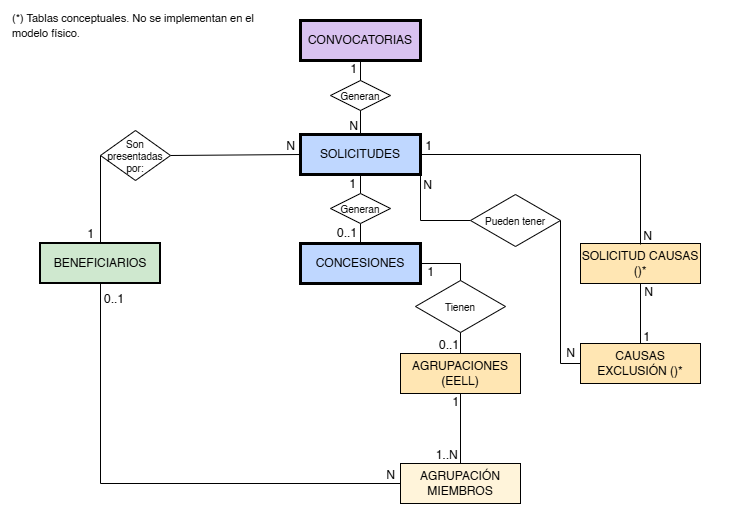
Above: docs/img/modelo-datos-er-v1.png in vcv-code/SubvDGDA (draw.io), before the change. Source tidied: cells renumbered, new cells last; positions are measured from the earlier drawing's top-left corner, leaving out a move shared by most shapes. Its diagram source:
```xml
<mxGraphModel background="#FFFFFF">
  <root>
    <mxCell id="0" />
    <mxCell id="1" parent="0" />
    <mxCell id="2" style="group;fontStyle=1;" parent="1" vertex="1">
      <mxGeometry width="750" height="520" as="geometry" />
    </mxCell>
    <mxCell id="3" style="rounded=0;whiteSpace=wrap;html=1;strokeColor=none;" parent="2" vertex="1">
      <mxGeometry width="750" height="520" as="geometry" />
    </mxCell>
    <mxCell id="4" value="CONVOCATORIAS" style="whiteSpace=wrap;html=1;align=center;fillColor=#D9C2F0;strokeColor=#000000;strokeWidth=3;" parent="2" vertex="1">
      <mxGeometry x="300" y="20" width="120" height="40" as="geometry" />
    </mxCell>
    <mxCell id="5" value="CONCESIONES" style="whiteSpace=wrap;html=1;align=center;fillColor=#BFD7FF;strokeColor=#000000;strokeWidth=3;" parent="2" vertex="1">
      <mxGeometry x="300" y="243" width="120" height="40" as="geometry" />
    </mxCell>
    <mxCell id="6" value="AGRUPACIONES (EELL)" style="whiteSpace=wrap;html=1;align=center;fillColor=#FFE6B3;strokeColor=#000000;" parent="2" vertex="1">
      <mxGeometry x="400" y="353" width="120" height="40" as="geometry" />
    </mxCell>
    <mxCell id="7" value="AGRUPACIÓN MIEMBROS" style="whiteSpace=wrap;html=1;align=center;fillColor=#FFF4DA;strokeColor=#000000;" parent="2" vertex="1">
      <mxGeometry x="400" y="463" width="120" height="40" as="geometry" />
    </mxCell>
    <mxCell id="8" value="1" style="html=1;whiteSpace=wrap;align=right;verticalAlign=bottom;" parent="2" vertex="1">
      <mxGeometry x="353" y="70" as="geometry">
        <mxPoint x="5" y="7" as="offset" />
      </mxGeometry>
    </mxCell>
    <mxCell id="9" style="endArrow=none;html=1;rounded=0;exitX=0.5;exitY=1;exitDx=0;exitDy=0;entryX=0.5;entryY=0;entryDx=0;entryDy=0;" parent="2" edge="1" source="25" target="26">
      <mxGeometry relative="1" as="geometry" />
    </mxCell>
    <mxCell id="10" style="html=1;whiteSpace=wrap;align=left;verticalAlign=bottom;" parent="9" vertex="1">
      <mxGeometry x="-1" relative="1" as="geometry" />
    </mxCell>
    <mxCell id="11" value="N" style="html=1;whiteSpace=wrap;align=right;verticalAlign=bottom;" parent="9" vertex="1">
      <mxGeometry x="1" relative="1" as="geometry">
        <mxPoint x="14" y="-43" as="offset" />
      </mxGeometry>
    </mxCell>
    <mxCell id="12" style="endArrow=none;html=1;rounded=0;exitX=1;exitY=0.5;exitDx=0;exitDy=0;entryX=0.5;entryY=0;entryDx=0;entryDy=0;" parent="2" edge="1" source="5" target="6">
      <mxGeometry relative="1" as="geometry">
        <Array as="points">
          <mxPoint x="460" y="263" />
        </Array>
      </mxGeometry>
    </mxCell>
    <mxCell id="13" value="0..1" style="html=1;whiteSpace=wrap;align=right;verticalAlign=bottom;" parent="12" vertex="1">
      <mxGeometry x="1" relative="1" as="geometry" />
    </mxCell>
    <mxCell id="14" style="endArrow=none;html=1;rounded=0;entryX=0.5;entryY=0;entryDx=0;entryDy=0;exitX=0.5;exitY=1;exitDx=0;exitDy=0;" parent="2" edge="1" source="6" target="7">
      <mxGeometry relative="1" as="geometry" />
    </mxCell>
    <mxCell id="15" value="1..N&amp;nbsp;" style="html=1;whiteSpace=wrap;align=right;verticalAlign=bottom;" parent="14" vertex="1">
      <mxGeometry x="1" relative="1" as="geometry">
        <mxPoint x="2" as="offset" />
      </mxGeometry>
    </mxCell>
    <mxCell id="16" value="1" style="html=1;whiteSpace=wrap;align=right;verticalAlign=bottom;" parent="2" vertex="1">
      <mxGeometry x="460" y="410" as="geometry" />
    </mxCell>
    <mxCell id="17" value="1" style="html=1;whiteSpace=wrap;align=right;verticalAlign=bottom;" parent="2" vertex="1">
      <mxGeometry x="430" y="273" as="geometry">
        <mxPoint x="5" y="7" as="offset" />
      </mxGeometry>
    </mxCell>
    <mxCell id="18" style="endArrow=none;html=1;rounded=0;entryX=0;entryY=0.5;entryDx=0;entryDy=0;exitX=0.5;exitY=1;exitDx=0;exitDy=0;" parent="2" edge="1" source="34" target="7">
      <mxGeometry relative="1" as="geometry">
        <Array as="points">
          <mxPoint x="100" y="483" />
        </Array>
      </mxGeometry>
    </mxCell>
    <mxCell id="19" value="N" style="html=1;whiteSpace=wrap;align=right;verticalAlign=bottom;" parent="18" vertex="1">
      <mxGeometry x="1" relative="1" as="geometry">
        <mxPoint x="-4" as="offset" />
      </mxGeometry>
    </mxCell>
    <mxCell id="20" value="0..1" style="html=1;whiteSpace=wrap;align=right;verticalAlign=bottom;" parent="2" vertex="1">
      <mxGeometry x="120" y="300" as="geometry">
        <mxPoint x="5" y="7" as="offset" />
      </mxGeometry>
    </mxCell>
    <mxCell id="21" style="endArrow=none;html=1;rounded=0;exitX=0;exitY=0.5;exitDx=0;exitDy=0;entryX=0.5;entryY=0;entryDx=0;entryDy=0;" parent="2" edge="1" source="46" target="34">
      <mxGeometry relative="1" as="geometry" />
    </mxCell>
    <mxCell id="22" value="SOLICITUDES" style="whiteSpace=wrap;html=1;align=center;fillColor=#BFD7FF;strokeColor=#000000;strokeWidth=3;" parent="2" vertex="1">
      <mxGeometry x="300" y="134" width="120" height="40" as="geometry" />
    </mxCell>
    <mxCell id="23" style="endArrow=none;html=1;rounded=0;entryX=0.5;entryY=0;entryDx=0;entryDy=0;exitX=0.5;exitY=1;exitDx=0;exitDy=0;" parent="2" edge="1" source="4" target="22">
      <mxGeometry relative="1" as="geometry" />
    </mxCell>
    <mxCell id="24" value="N" style="html=1;whiteSpace=wrap;align=right;verticalAlign=bottom;" parent="23" vertex="1">
      <mxGeometry x="1" relative="1" as="geometry">
        <mxPoint x="-1" as="offset" />
      </mxGeometry>
    </mxCell>
    <mxCell id="25" value="SOLICITUD CAUSAS ()*" style="whiteSpace=wrap;html=1;align=center;fillColor=#FFE6B3;strokeColor=#000000;" parent="2" vertex="1">
      <mxGeometry x="580" y="243" width="120" height="40" as="geometry" />
    </mxCell>
    <mxCell id="26" value="CAUSAS EXCLUSIÓN ()*" style="whiteSpace=wrap;html=1;align=center;fillColor=#FFE6B3;strokeColor=#000000;" parent="2" vertex="1">
      <mxGeometry x="580" y="343" width="120" height="40" as="geometry" />
    </mxCell>
    <mxCell id="27" value="1" style="html=1;whiteSpace=wrap;align=right;verticalAlign=bottom;" parent="2" vertex="1">
      <mxGeometry x="715" y="341" as="geometry">
        <mxPoint x="-64" y="4" as="offset" />
      </mxGeometry>
    </mxCell>
    <mxCell id="28" value="N" style="html=1;whiteSpace=wrap;align=right;verticalAlign=bottom;" parent="2" vertex="1">
      <mxGeometry x="685" y="289" as="geometry">
        <mxPoint x="-32" y="-45" as="offset" />
      </mxGeometry>
    </mxCell>
    <mxCell id="29" value="1" style="html=1;whiteSpace=wrap;align=right;verticalAlign=bottom;" parent="2" vertex="1">
      <mxGeometry x="26" y="177" as="geometry">
        <mxPoint x="69" y="65" as="offset" />
      </mxGeometry>
    </mxCell>
    <mxCell id="30" value="N" style="html=1;whiteSpace=wrap;align=right;verticalAlign=bottom;" parent="2" vertex="1">
      <mxGeometry x="296" y="154" as="geometry" />
    </mxCell>
    <mxCell id="31" value="0..1" style="html=1;whiteSpace=wrap;align=right;verticalAlign=bottom;" parent="2" vertex="1">
      <mxGeometry x="353" y="234" as="geometry">
        <mxPoint x="5" y="7" as="offset" />
      </mxGeometry>
    </mxCell>
    <mxCell id="32" value="1" style="html=1;whiteSpace=wrap;align=right;verticalAlign=bottom;" parent="2" vertex="1">
      <mxGeometry x="390" y="314" as="geometry">
        <mxPoint x="-33" y="-122" as="offset" />
      </mxGeometry>
    </mxCell>
    <mxCell id="33" style="endArrow=none;html=1;rounded=0;exitX=0.5;exitY=1;exitDx=0;exitDy=0;entryX=0.5;entryY=0;entryDx=0;entryDy=0;" parent="2" edge="1" source="41" target="5">
      <mxGeometry relative="1" as="geometry" />
    </mxCell>
    <mxCell id="34" value="BENEFICIARIOS" style="whiteSpace=wrap;html=1;align=center;fillColor=#CFE8CF;strokeColor=#000000;strokeWidth=2;" parent="2" vertex="1">
      <mxGeometry x="40" y="243" width="120" height="40" as="geometry" />
    </mxCell>
    <mxCell id="35" style="endArrow=none;html=1;rounded=0;entryX=0.5;entryY=0;entryDx=0;entryDy=0;exitX=1;exitY=0.5;exitDx=0;exitDy=0;" parent="2" edge="1" source="22">
      <mxGeometry relative="1" as="geometry">
        <mxPoint x="640" y="244" as="targetPoint" />
        <Array as="points">
          <mxPoint x="640" y="154" />
        </Array>
      </mxGeometry>
    </mxCell>
    <mxCell id="36" style="endArrow=none;html=1;rounded=0;exitX=1;exitY=0.5;exitDx=0;exitDy=0;entryX=0;entryY=0.5;entryDx=0;entryDy=0;" parent="2" edge="1" source="44" target="26">
      <mxGeometry relative="1" as="geometry">
        <Array as="points">
          <mxPoint x="560" y="363" />
        </Array>
      </mxGeometry>
    </mxCell>
    <mxCell id="37" value="N" style="html=1;whiteSpace=wrap;align=right;verticalAlign=bottom;" parent="2" vertex="1">
      <mxGeometry x="433" y="193" as="geometry" />
    </mxCell>
    <mxCell id="38" value="N" style="html=1;whiteSpace=wrap;align=right;verticalAlign=bottom;" parent="2" vertex="1">
      <mxGeometry x="740" y="226" as="geometry">
        <mxPoint x="-164" y="135" as="offset" />
      </mxGeometry>
    </mxCell>
    <mxCell id="39" value="Generan" style="shape=rhombus;perimeter=rhombusPerimeter;whiteSpace=wrap;html=1;align=center;fontSize=10;" parent="2" vertex="1">
      <mxGeometry x="330" y="80" width="60" height="30" as="geometry" />
    </mxCell>
    <mxCell id="40" style="endArrow=none;html=1;rounded=0;exitX=0.5;exitY=1;exitDx=0;exitDy=0;entryX=0.5;entryY=0;entryDx=0;entryDy=0;" parent="2" edge="1" source="22" target="41">
      <mxGeometry relative="1" as="geometry" />
    </mxCell>
    <mxCell id="41" value="Generan" style="shape=rhombus;perimeter=rhombusPerimeter;whiteSpace=wrap;html=1;align=center;fontSize=10;" parent="2" vertex="1">
      <mxGeometry x="330" y="193" width="60" height="30" as="geometry" />
    </mxCell>
    <mxCell id="42" value="1" style="html=1;whiteSpace=wrap;align=right;verticalAlign=bottom;" parent="2" vertex="1">
      <mxGeometry x="428" y="147" as="geometry">
        <mxPoint x="5" y="7" as="offset" />
      </mxGeometry>
    </mxCell>
    <mxCell id="43" style="endArrow=none;html=1;rounded=0;exitX=1;exitY=1;exitDx=0;exitDy=0;entryX=0;entryY=0.5;entryDx=0;entryDy=0;" parent="2" edge="1" source="22" target="44">
      <mxGeometry relative="1" as="geometry">
        <Array as="points">
          <mxPoint x="420" y="220" />
        </Array>
      </mxGeometry>
    </mxCell>
    <mxCell id="44" value="Pueden tener" style="shape=rhombus;perimeter=rhombusPerimeter;whiteSpace=wrap;html=1;align=center;fontSize=10;" parent="2" vertex="1">
      <mxGeometry x="470" y="194" width="90" height="52" as="geometry" />
    </mxCell>
    <mxCell id="45" style="endArrow=none;html=1;rounded=0;exitX=0;exitY=0.5;exitDx=0;exitDy=0;entryX=1;entryY=0.5;entryDx=0;entryDy=0;" parent="2" edge="1" source="22" target="46">
      <mxGeometry relative="1" as="geometry" />
    </mxCell>
    <mxCell id="46" value="Son presentadas por:" style="shape=rhombus;perimeter=rhombusPerimeter;whiteSpace=wrap;html=1;align=center;fontSize=10;" parent="2" vertex="1">
      <mxGeometry x="100" y="130" width="70" height="50" as="geometry" />
    </mxCell>
    <mxCell id="47" value="Tienen" style="shape=rhombus;perimeter=rhombusPerimeter;whiteSpace=wrap;html=1;align=center;fontSize=10;" parent="2" vertex="1">
      <mxGeometry x="415" y="280" width="90" height="52" as="geometry" />
    </mxCell>
    <mxCell id="48" value="&lt;font style=&quot;font-size: 11px;&quot;&gt;(*) Tablas conceptuales. No se implementan en el modelo físico.&lt;/font&gt;" style="text;html=1;whiteSpace=wrap;strokeColor=none;fillColor=none;align=left;verticalAlign=middle;rounded=0;" parent="2" vertex="1">
      <mxGeometry x="10" y="10" width="270" height="30" as="geometry" />
    </mxCell>
  </root>
</mxGraphModel>
```
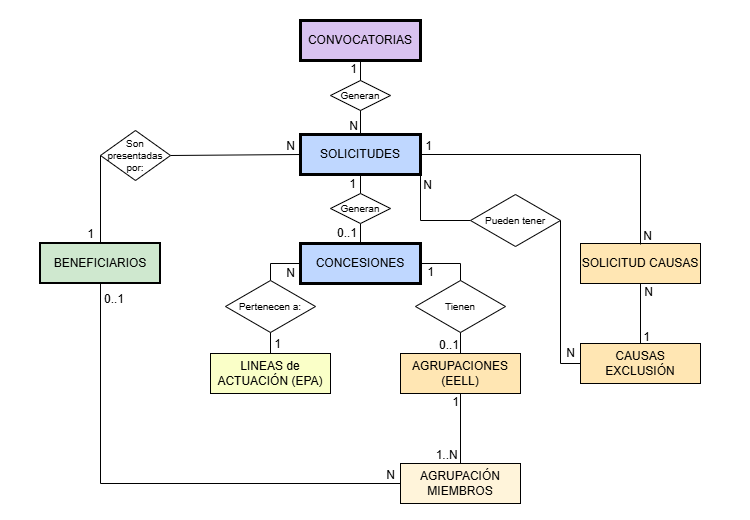
After the change.

Commit message:
Imagen original del modelo entidad-relación

La imagen que estaba en el repositorio no era la correcta.

Change to the diagram source:
```diff
@@ -2,7 +2,7 @@
   <root>
     <mxCell id="0" />
     <mxCell id="1" parent="0" />
-    <mxCell id="2" style="group;fontStyle=1;" parent="1" vertex="1">
+    <mxCell id="2" style="group;" parent="1" vertex="1">
       <mxGeometry width="750" height="520" as="geometry" />
     </mxCell>
     <mxCell id="3" style="rounded=0;whiteSpace=wrap;html=1;strokeColor=none;" parent="2" vertex="1">
@@ -14,6 +14,9 @@
     <mxCell id="5" value="CONCESIONES" style="whiteSpace=wrap;html=1;align=center;fillColor=#BFD7FF;strokeColor=#000000;strokeWidth=3;" parent="2" vertex="1">
       <mxGeometry x="300" y="243" width="120" height="40" as="geometry" />
     </mxCell>
+    <mxCell id="49" value="LINEAS de ACTUACIÓN (EPA)" style="whiteSpace=wrap;html=1;align=center;fillColor=#FAFFC8;strokeColor=#000000;" parent="2" vertex="1">
+      <mxGeometry x="210" y="353" width="120" height="40" as="geometry" />
+    </mxCell>
     <mxCell id="6" value="AGRUPACIONES (EELL)" style="whiteSpace=wrap;html=1;align=center;fillColor=#FFE6B3;strokeColor=#000000;" parent="2" vertex="1">
       <mxGeometry x="400" y="353" width="120" height="40" as="geometry" />
     </mxCell>
@@ -57,6 +60,16 @@
     <mxCell id="16" value="1" style="html=1;whiteSpace=wrap;align=right;verticalAlign=bottom;" parent="2" vertex="1">
       <mxGeometry x="460" y="410" as="geometry" />
     </mxCell>
+    <mxCell id="50" value="1" style="html=1;whiteSpace=wrap;align=right;verticalAlign=bottom;" parent="2" vertex="1">
+      <mxGeometry x="277" y="345" as="geometry">
+        <mxPoint x="5" y="7" as="offset" />
+      </mxGeometry>
+    </mxCell>
+    <mxCell id="51" value="N" style="html=1;whiteSpace=wrap;align=right;verticalAlign=bottom;" parent="2" vertex="1">
+      <mxGeometry x="230" y="463" as="geometry">
+        <mxPoint x="66" y="-182" as="offset" />
+      </mxGeometry>
+    </mxCell>
     <mxCell id="17" value="1" style="html=1;whiteSpace=wrap;align=right;verticalAlign=bottom;" parent="2" vertex="1">
       <mxGeometry x="430" y="273" as="geometry">
         <mxPoint x="5" y="7" as="offset" />
@@ -93,10 +106,10 @@
         <mxPoint x="-1" as="offset" />
       </mxGeometry>
     </mxCell>
-    <mxCell id="25" value="SOLICITUD CAUSAS ()*" style="whiteSpace=wrap;html=1;align=center;fillColor=#FFE6B3;strokeColor=#000000;" parent="2" vertex="1">
+    <mxCell id="25" value="SOLICITUD CAUSAS" style="whiteSpace=wrap;html=1;align=center;fillColor=#FFE6B3;strokeColor=#000000;" parent="2" vertex="1">
       <mxGeometry x="580" y="243" width="120" height="40" as="geometry" />
     </mxCell>
-    <mxCell id="26" value="CAUSAS EXCLUSIÓN ()*" style="whiteSpace=wrap;html=1;align=center;fillColor=#FFE6B3;strokeColor=#000000;" parent="2" vertex="1">
+    <mxCell id="26" value="CAUSAS EXCLUSIÓN" style="whiteSpace=wrap;html=1;align=center;fillColor=#FFE6B3;strokeColor=#000000;" parent="2" vertex="1">
       <mxGeometry x="580" y="343" width="120" height="40" as="geometry" />
     </mxCell>
     <mxCell id="27" value="1" style="html=1;whiteSpace=wrap;align=right;verticalAlign=bottom;" parent="2" vertex="1">
@@ -170,6 +183,27 @@
         <mxPoint x="5" y="7" as="offset" />
       </mxGeometry>
     </mxCell>
+    <mxCell id="52" style="endArrow=none;html=1;rounded=0;exitX=0;exitY=0.5;exitDx=0;exitDy=0;entryX=0.5;entryY=0;entryDx=0;entryDy=0;" parent="2" edge="1" source="5" target="54">
+      <mxGeometry relative="1" as="geometry">
+        <Array as="points">
+          <mxPoint x="270" y="263" />
+        </Array>
+      </mxGeometry>
+    </mxCell>
+    <mxCell id="53" style="html=1;whiteSpace=wrap;align=left;verticalAlign=bottom;" parent="52" vertex="1">
+      <mxGeometry x="-1" relative="1" as="geometry" />
+    </mxCell>
+    <mxCell id="54" value="Pertenecen a:" style="shape=rhombus;perimeter=rhombusPerimeter;whiteSpace=wrap;html=1;align=center;fontSize=10;" parent="2" vertex="1">
+      <mxGeometry x="225" y="280" width="90" height="52" as="geometry" />
+    </mxCell>
+    <mxCell id="55" style="endArrow=none;html=1;rounded=0;entryX=0.5;entryY=0;entryDx=0;entryDy=0;exitX=0.5;exitY=1;exitDx=0;exitDy=0;" parent="2" edge="1" source="54" target="49">
+      <mxGeometry relative="1" as="geometry" />
+    </mxCell>
+    <mxCell id="56" style="html=1;whiteSpace=wrap;align=right;verticalAlign=bottom;" parent="55" vertex="1">
+      <mxGeometry x="1" relative="1" as="geometry">
+        <mxPoint x="2" as="offset" />
+      </mxGeometry>
+    </mxCell>
     <mxCell id="43" style="endArrow=none;html=1;rounded=0;exitX=1;exitY=1;exitDx=0;exitDy=0;entryX=0;entryY=0.5;entryDx=0;entryDy=0;" parent="2" edge="1" source="22" target="44">
       <mxGeometry relative="1" as="geometry">
         <Array as="points">
@@ -189,8 +223,5 @@
     <mxCell id="47" value="Tienen" style="shape=rhombus;perimeter=rhombusPerimeter;whiteSpace=wrap;html=1;align=center;fontSize=10;" parent="2" vertex="1">
       <mxGeometry x="415" y="280" width="90" height="52" as="geometry" />
     </mxCell>
-    <mxCell id="48" value="&lt;font style=&quot;font-size: 11px;&quot;&gt;(*) Tablas conceptuales. No se implementan en el modelo físico.&lt;/font&gt;" style="text;html=1;whiteSpace=wrap;strokeColor=none;fillColor=none;align=left;verticalAlign=middle;rounded=0;" parent="2" vertex="1">
-      <mxGeometry x="10" y="10" width="270" height="30" as="geometry" />
-    </mxCell>
   </root>
 </mxGraphModel>
```
